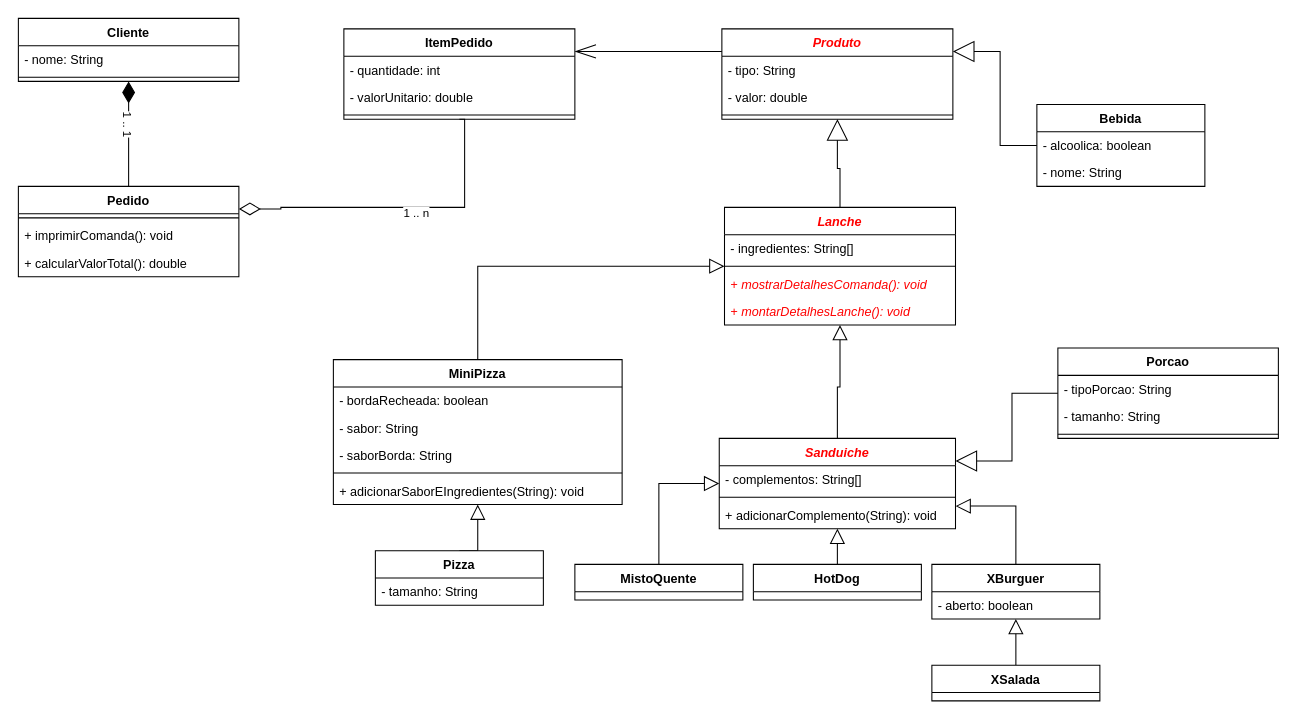
This is page "Lanches" (1 of 8) of diagramas.drawio from hannaBanannaOF/entra21-git-inicio, a draw.io file, before an edit. Source tidied: cells renumbered, new cells numbered last; positions are measured from the earlier drawing's top-left corner, leaving out a move shared by most shapes. Both pictures are drawn from the tidied source at 105%, with x=0, y=0 at pixel (18, 18).
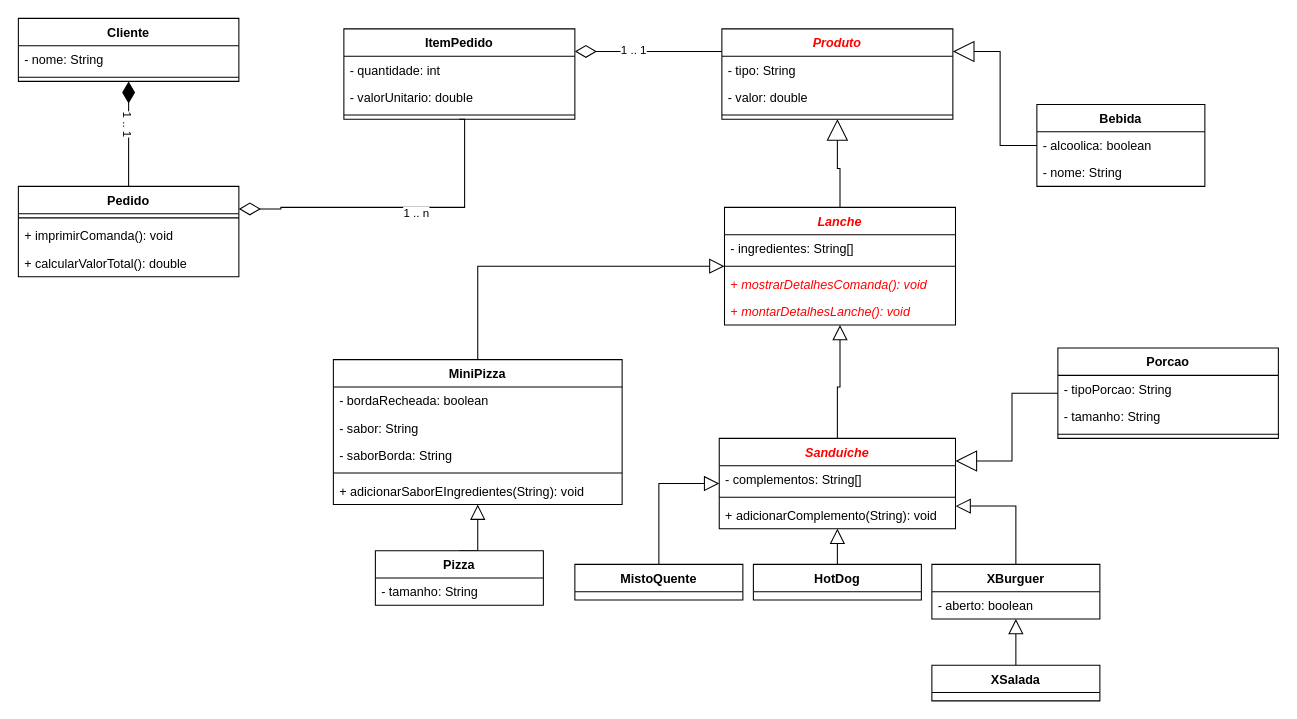
The same page after the edit.

The change refers to these unchanged cells:
```xml
<mxCell id="52" value="Produto" style="swimlane;fontStyle=3;align=center;verticalAlign=top;horizontal=1;startSize=26;fontColor=#FF0000;" parent="1" vertex="1">
  <mxGeometry x="670" y="10" width="220" height="86" as="geometry" />
</mxCell>
<mxCell id="57" value="ItemPedido" style="swimlane;fontStyle=1;align=center;verticalAlign=top;horizontal=1;startSize=26;fontColor=#000000;" parent="1" vertex="1">
  <mxGeometry x="310" y="10" width="220" height="86" as="geometry" />
</mxCell>
```

Change to the diagram source:
```diff
@@
-    <mxCell id="56" style="edgeStyle=orthogonalEdgeStyle;rounded=0;jettySize=auto;html=1;exitX=1;exitY=0.25;exitDx=0;exitDy=0;entryX=0;entryY=0.25;entryDx=0;entryDy=0;fontColor=#000000;endSize=18;endArrow=none;endFill=0;startSize=18;startArrow=openThin;startFill=0;" parent="1" edge="1" source="57" target="52">
+    <mxCell id="56" style="edgeStyle=orthogonalEdgeStyle;rounded=0;jettySize=auto;html=1;exitX=1;exitY=0.25;exitDx=0;exitDy=0;entryX=0;entryY=0.25;entryDx=0;entryDy=0;fontColor=#000000;endSize=18;endArrow=none;endFill=0;startSize=18;startArrow=diamondThin;startFill=0;" parent="1" edge="1" source="57" target="52">
       <mxGeometry relative="1" as="geometry" />
     </mxCell>
+    <mxCell id="61" value="1 .. 1" style="edgeLabel;html=1;align=center;verticalAlign=middle;" parent="56" vertex="1">
+      <mxGeometry x="-0.21" y="3" relative="1" as="geometry">
+        <mxPoint y="1" as="offset" />
+      </mxGeometry>
+    </mxCell>
```
